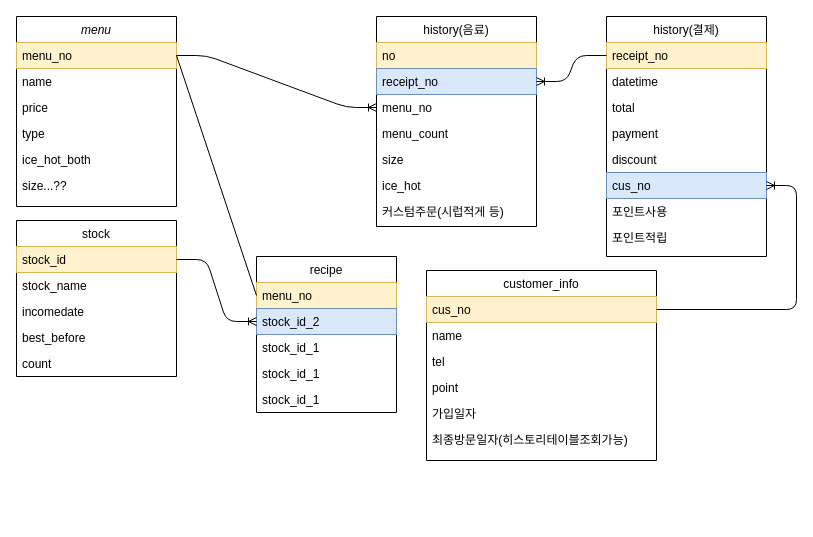
Earlier version of the draw.io diagram Untitled Diagram.drawio (lachicadulce/JavaStudy). Source tidied: cells renumbered, new cells numbered last; positions are measured from the earlier drawing's top-left corner, leaving out a move shared by most shapes. Both pictures are drawn from the tidied source at 100%, with x=0, y=0 at pixel (16, 16).
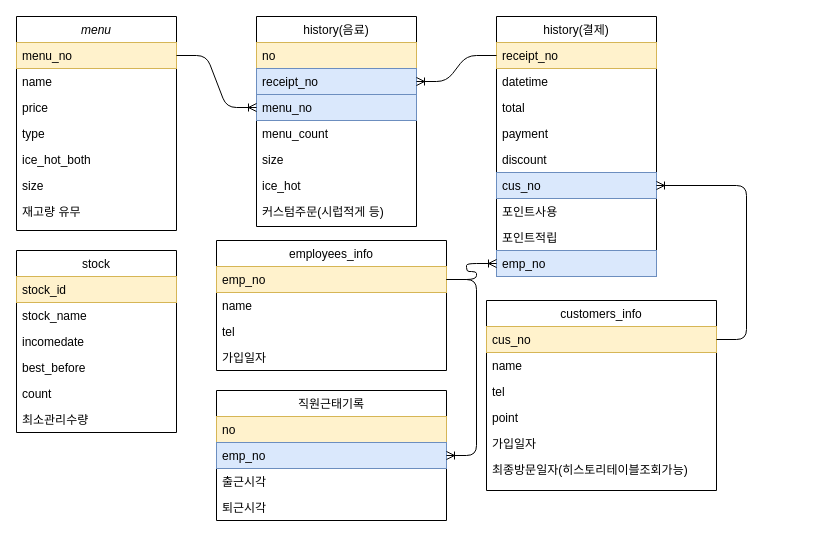
After the change.

Commit message:
최종 데이터베이스 다이어그램

Unchanged cells that the change refers to:
```xml
<mxCell id="3" value="menu_no" style="text;align=left;verticalAlign=top;spacingLeft=4;spacingRight=4;overflow=hidden;points=[[0,0.5],[1,0.5]];portConstraint=eastwest;fillColor=#fff2cc;strokeColor=#d6b656;" parent="2" vertex="1">
  <mxGeometry y="26" width="160" height="26" as="geometry" />
</mxCell>
<mxCell id="10" value="stock_id" style="text;align=left;verticalAlign=top;spacingLeft=4;spacingRight=4;overflow=hidden;points=[[0,0.5],[1,0.5]];portConstraint=eastwest;fillColor=#fff2cc;strokeColor=#d6b656;" parent="9" vertex="1">
  <mxGeometry y="26" width="160" height="26" as="geometry" />
</mxCell>
```

The edit, as a diff of the source:
```diff
@@
     <mxCell id="2" value="menu" style="swimlane;fontStyle=2;align=center;verticalAlign=top;horizontal=1;startSize=26;rounded=0;shadow=0;strokeWidth=1;" parent="1" vertex="1">
-      <mxGeometry width="160" height="190" as="geometry" />
+      <mxGeometry width="160" height="214" as="geometry" />
     </mxCell>
@@
-    <mxCell id="8" value="size...??" style="text;align=left;verticalAlign=top;spacingLeft=4;spacingRight=4;overflow=hidden;rounded=0;shadow=0;html=0;" parent="2" vertex="1">
+    <mxCell id="8" value="size" style="text;align=left;verticalAlign=top;spacingLeft=4;spacingRight=4;overflow=hidden;rounded=0;shadow=0;html=0;" parent="2" vertex="1">
       <mxGeometry y="156" width="160" height="26" as="geometry" />
     </mxCell>
+    <mxCell id="50" value="재고량 유무" style="text;align=left;verticalAlign=top;spacingLeft=4;spacingRight=4;overflow=hidden;rounded=0;shadow=0;html=0;" parent="2" vertex="1">
+      <mxGeometry y="182" width="160" height="26" as="geometry" />
+    </mxCell>
     <mxCell id="9" value="stock" style="swimlane;fontStyle=0;align=center;verticalAlign=top;horizontal=1;startSize=26;rounded=0;shadow=0;strokeWidth=1;" parent="1" vertex="1">
-      <mxGeometry y="204" width="160" height="156" as="geometry" />
+      <mxGeometry y="234" width="160" height="182" as="geometry" />
     </mxCell>
@@
+    <mxCell id="51" value="최소관리수량" style="text;align=left;verticalAlign=top;spacingLeft=4;spacingRight=4;overflow=hidden;" parent="9" vertex="1">
+      <mxGeometry y="156" width="160" height="26" as="geometry" />
+    </mxCell>
     <mxCell id="15" value="history(음료)" style="swimlane;fontStyle=0;align=center;verticalAlign=top;horizontal=1;startSize=26;rounded=0;shadow=0;strokeWidth=1;" parent="1" vertex="1">
-      <mxGeometry x="360" width="160" height="210" as="geometry" />
+      <mxGeometry x="240" width="160" height="210" as="geometry" />
     </mxCell>
@@
-    <mxCell id="18" value="menu_no" style="text;align=left;verticalAlign=top;spacingLeft=4;spacingRight=4;overflow=hidden;points=[[0,0.5],[1,0.5]];portConstraint=eastwest;" parent="15" vertex="1">
+    <mxCell id="18" value="menu_no" style="text;align=left;verticalAlign=top;spacingLeft=4;spacingRight=4;overflow=hidden;points=[[0,0.5],[1,0.5]];portConstraint=eastwest;fillColor=#dae8fc;strokeColor=#6c8ebf;" parent="15" vertex="1">
       <mxGeometry y="78" width="160" height="26" as="geometry" />
     </mxCell>
@@
-    <mxCell id="23" value="customer_info" style="swimlane;fontStyle=0;align=center;verticalAlign=top;horizontal=1;startSize=26;rounded=0;shadow=0;strokeWidth=1;" parent="1" vertex="1">
-      <mxGeometry x="410" y="254" width="230" height="190" as="geometry" />
+    <mxCell id="23" value="customers_info" style="swimlane;fontStyle=0;align=center;verticalAlign=top;horizontal=1;startSize=26;rounded=0;shadow=0;strokeWidth=1;" parent="1" vertex="1">
+      <mxGeometry x="470" y="284" width="230" height="190" as="geometry" />
     </mxCell>
@@
-    <mxCell id="30" value="recipe" style="swimlane;fontStyle=0;horizontal=1;startSize=26;" parent="1" vertex="1">
-      <mxGeometry x="240" y="240" width="140" height="156" as="geometry" />
-    </mxCell>
-    <mxCell id="31" value="menu_no" style="text;strokeColor=#d6b656;fillColor=#fff2cc;align=left;verticalAlign=top;spacingLeft=4;spacingRight=4;overflow=hidden;points=[[0,0.5],[1,0.5]];portConstraint=eastwest;" parent="30" vertex="1">
-      <mxGeometry y="26" width="140" height="26" as="geometry" />
-    </mxCell>
-    <mxCell id="32" value="stock_id_2" style="text;strokeColor=#6c8ebf;fillColor=#dae8fc;align=left;verticalAlign=top;spacingLeft=4;spacingRight=4;overflow=hidden;points=[[0,0.5],[1,0.5]];portConstraint=eastwest;" parent="30" vertex="1">
-      <mxGeometry y="52" width="140" height="26" as="geometry" />
-    </mxCell>
-    <mxCell id="33" value="stock_id_1" style="text;align=left;verticalAlign=top;spacingLeft=4;spacingRight=4;overflow=hidden;" parent="30" vertex="1">
-      <mxGeometry y="78" width="140" height="26" as="geometry" />
-    </mxCell>
-    <mxCell id="34" value="stock_id_1" style="text;align=left;verticalAlign=top;spacingLeft=4;spacingRight=4;overflow=hidden;" parent="30" vertex="1">
-      <mxGeometry y="104" width="140" height="26" as="geometry" />
-    </mxCell>
-    <mxCell id="35" value="stock_id_1" style="text;align=left;verticalAlign=top;spacingLeft=4;spacingRight=4;overflow=hidden;" parent="30" vertex="1">
-      <mxGeometry y="130" width="140" height="26" as="geometry" />
-    </mxCell>
     <mxCell id="36" value="history(결제)" style="swimlane;fontStyle=0;align=center;verticalAlign=top;horizontal=1;startSize=26;rounded=0;shadow=0;strokeWidth=1;" parent="1" vertex="1">
-      <mxGeometry x="590" width="160" height="240" as="geometry" />
+      <mxGeometry x="480" width="160" height="260" as="geometry" />
     </mxCell>
@@
+    <mxCell id="52" value="emp_no" style="text;align=left;verticalAlign=top;spacingLeft=4;spacingRight=4;overflow=hidden;points=[[0,0.5],[1,0.5]];portConstraint=eastwest;fillColor=#dae8fc;strokeColor=#6c8ebf;" parent="36" vertex="1">
+      <mxGeometry y="234" width="160" height="26" as="geometry" />
+    </mxCell>
@@
-    <mxCell id="48" style="edgeStyle=entityRelationEdgeStyle;fontSize=12;html=1;endArrow=ERoneToMany;" parent="1" edge="1" source="10" target="32">
-      <mxGeometry relative="1" as="geometry" />
-    </mxCell>
-    <mxCell id="49" style="endArrow=none;html=1;entryX=1;entryY=0.5;entryDx=0;entryDy=0;exitX=0;exitY=0.5;exitDx=0;exitDy=0;" parent="1" edge="1" source="31" target="3">
-      <mxGeometry relative="1" as="geometry" />
-    </mxCell>
+    <mxCell id="53" value="employees_info" style="swimlane;fontStyle=0;align=center;verticalAlign=top;horizontal=1;startSize=26;rounded=0;shadow=0;strokeWidth=1;" parent="1" vertex="1">
+      <mxGeometry x="200" y="224" width="230" height="130" as="geometry" />
+    </mxCell>
+    <mxCell id="54" value="emp_no" style="text;align=left;verticalAlign=top;spacingLeft=4;spacingRight=4;overflow=hidden;points=[[0,0.5],[1,0.5]];portConstraint=eastwest;fillColor=#fff2cc;strokeColor=#d6b656;" parent="53" vertex="1">
+      <mxGeometry y="26" width="230" height="26" as="geometry" />
+    </mxCell>
+    <mxCell id="55" value="name" style="text;align=left;verticalAlign=top;spacingLeft=4;spacingRight=4;overflow=hidden;rounded=0;shadow=0;html=0;" parent="53" vertex="1">
+      <mxGeometry y="52" width="230" height="26" as="geometry" />
+    </mxCell>
+    <mxCell id="56" value="tel" style="text;align=left;verticalAlign=top;spacingLeft=4;spacingRight=4;overflow=hidden;rounded=0;shadow=0;html=0;" parent="53" vertex="1">
+      <mxGeometry y="78" width="230" height="26" as="geometry" />
+    </mxCell>
+    <mxCell id="57" value="가입일자" style="text;align=left;verticalAlign=top;spacingLeft=4;spacingRight=4;overflow=hidden;" parent="53" vertex="1">
+      <mxGeometry y="104" width="230" height="26" as="geometry" />
+    </mxCell>
+    <mxCell id="58" value="직원근태기록" style="swimlane;fontStyle=0;align=center;verticalAlign=top;horizontal=1;startSize=26;rounded=0;shadow=0;strokeWidth=1;" parent="1" vertex="1">
+      <mxGeometry x="200" y="374" width="230" height="130" as="geometry" />
+    </mxCell>
+    <mxCell id="59" value="no" style="text;align=left;verticalAlign=top;spacingLeft=4;spacingRight=4;overflow=hidden;rounded=0;shadow=0;html=0;fillColor=#fff2cc;strokeColor=#d6b656;" parent="58" vertex="1">
+      <mxGeometry y="26" width="230" height="26" as="geometry" />
+    </mxCell>
+    <mxCell id="60" value="emp_no" style="text;align=left;verticalAlign=top;spacingLeft=4;spacingRight=4;overflow=hidden;points=[[0,0.5],[1,0.5]];portConstraint=eastwest;fillColor=#dae8fc;strokeColor=#6c8ebf;" parent="58" vertex="1">
+      <mxGeometry y="52" width="230" height="26" as="geometry" />
+    </mxCell>
+    <mxCell id="61" value="출근시각" style="text;align=left;verticalAlign=top;spacingLeft=4;spacingRight=4;overflow=hidden;" parent="58" vertex="1">
+      <mxGeometry y="78" width="230" height="26" as="geometry" />
+    </mxCell>
+    <mxCell id="62" value="퇴근시각" style="text;align=left;verticalAlign=top;spacingLeft=4;spacingRight=4;overflow=hidden;" parent="58" vertex="1">
+      <mxGeometry y="104" width="230" height="26" as="geometry" />
+    </mxCell>
+    <mxCell id="63" style="edgeStyle=entityRelationEdgeStyle;fontSize=12;html=1;endArrow=ERoneToMany;" parent="1" edge="1" source="54" target="52">
+      <mxGeometry relative="1" as="geometry" />
+    </mxCell>
+    <mxCell id="64" style="edgeStyle=entityRelationEdgeStyle;fontSize=12;html=1;endArrow=ERoneToMany;" parent="1" edge="1" source="54" target="60">
+      <mxGeometry relative="1" as="geometry" />
+    </mxCell>
```
